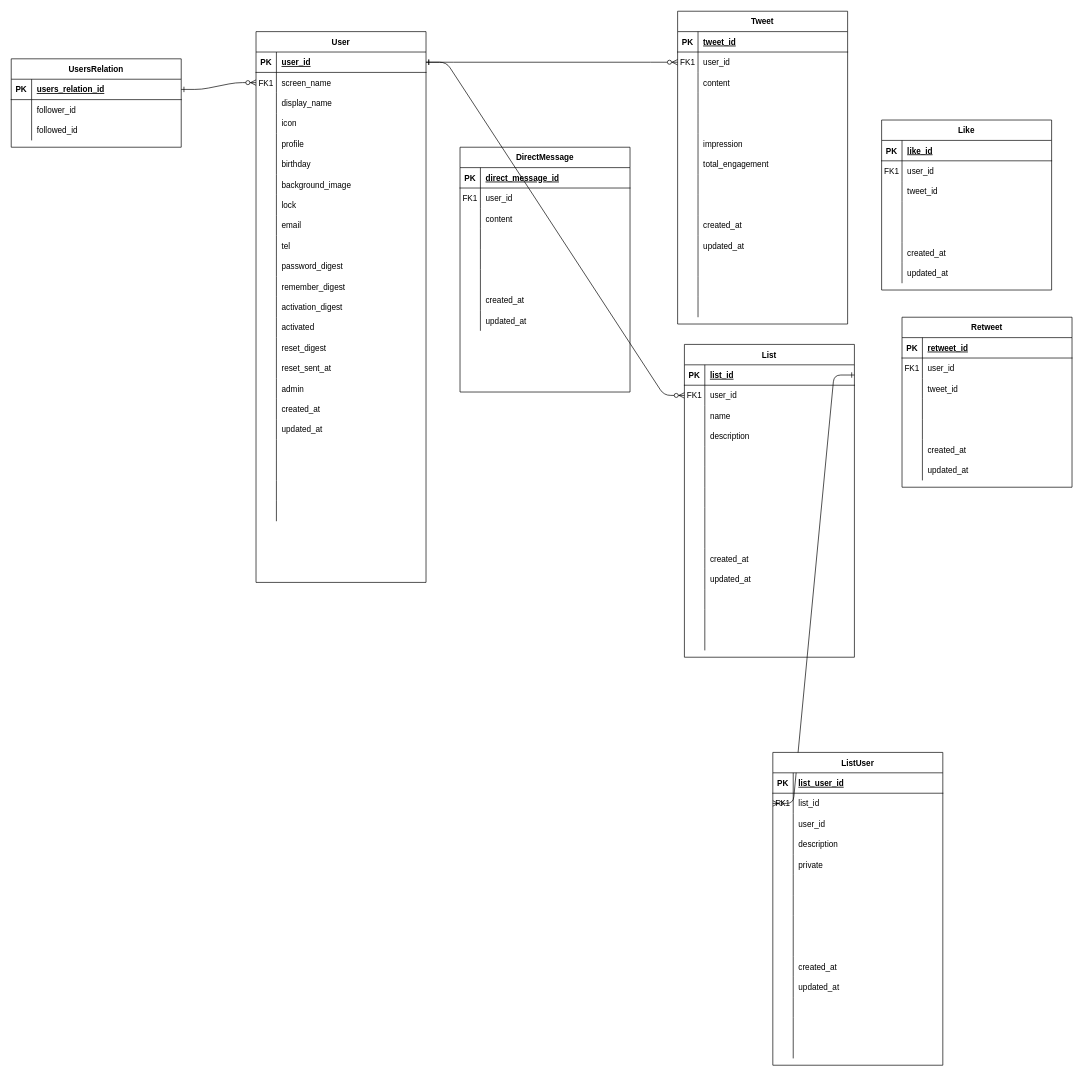
Earlier version of the draw.io diagram twitter.drawio (universato/boot). Source tidied: cells renumbered, new cells numbered last; positions are measured from the earlier drawing's top-left corner, leaving out a move shared by most shapes. Both pictures are drawn from the tidied source at 68%, with x=0, y=0 at pixel (11, 11).
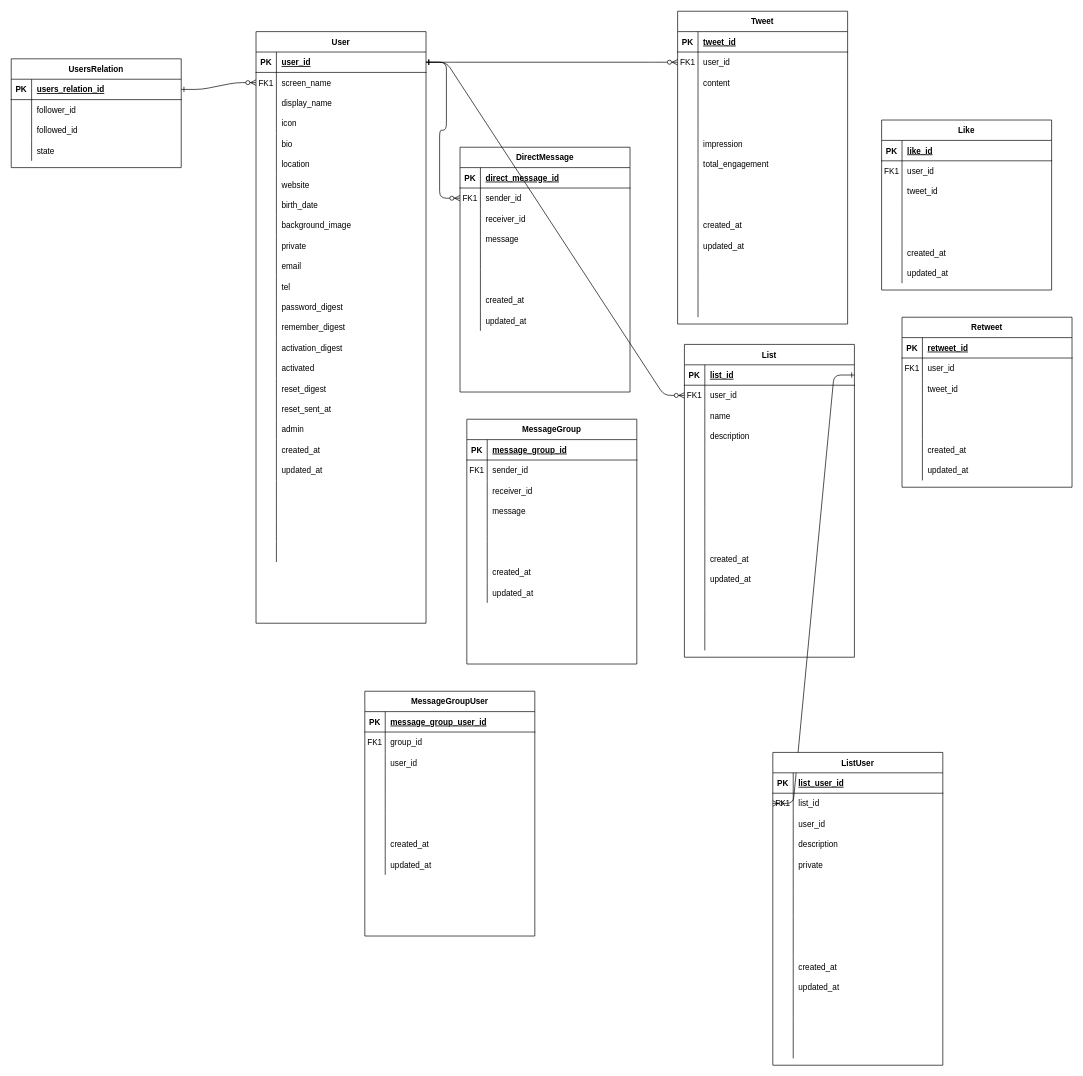
After the change.

Commit message (it also covers changes not shown here):
Update twitter.drawio about UserRelation

The change refers to these unchanged cells:
```xml
<mxCell id="5" style="shape=partialRectangle;fillColor=none;points=[[0,0.5],[1,0.5]];portConstraint=eastwest;top=0;left=0;right=0;bottom=1;" parent="4" vertex="1">
  <mxGeometry y="30" width="250" height="30" as="geometry" />
</mxCell>
<mxCell id="17" style="shape=partialRectangle;fillColor=none;top=0;left=0;right=0;bottom=0;" parent="4" vertex="1">
  <mxGeometry y="150" width="250" height="30" as="geometry" />
</mxCell>
<mxCell id="131" style="shape=partialRectangle;fillColor=none;points=[[0,0.5],[1,0.5]];portConstraint=eastwest;top=0;left=0;right=0;bottom=0;" parent="127" vertex="1">
  <mxGeometry y="60" width="250" height="30" as="geometry" />
</mxCell>
<mxCell id="134" style="shape=partialRectangle;fillColor=none;top=0;left=0;right=0;bottom=0;" parent="127" vertex="1">
  <mxGeometry y="90" width="250" height="30" as="geometry" />
</mxCell>
<mxCell id="137" style="shape=partialRectangle;fillColor=none;top=0;left=0;right=0;bottom=0;" parent="127" vertex="1">
  <mxGeometry y="120" width="250" height="30" as="geometry" />
</mxCell>
```

Change to the diagram source:
```diff
@@
     <mxCell id="4" value="User" style="shape=table;startSize=30;childLayout=tableLayout;rowLines=0;fontStyle=1;align=center;" parent="1" vertex="1">
-      <mxGeometry x="360" y="30" width="250" height="810" as="geometry" />
+      <mxGeometry x="360" y="30" width="250" height="870" as="geometry" />
     </mxCell>
@@
-    <mxCell id="19" value="profile" style="shape=partialRectangle;overflow=hidden;fillColor=none;top=0;left=0;bottom=0;right=0;align=left;spacingLeft=6;" parent="17" vertex="1">
+    <mxCell id="19" value="bio" style="shape=partialRectangle;overflow=hidden;fillColor=none;top=0;left=0;bottom=0;right=0;align=left;spacingLeft=6;" parent="17" vertex="1">
       <mxGeometry x="30" width="220" height="30" as="geometry" />
     </mxCell>
+    <mxCell id="284" style="shape=partialRectangle;fillColor=none;top=0;left=0;right=0;bottom=0;" parent="4" vertex="1">
+      <mxGeometry y="180" width="250" height="30" as="geometry" />
+    </mxCell>
+    <mxCell id="285" style="shape=partialRectangle;overflow=hidden;fillColor=none;top=0;left=0;bottom=0;right=0;" parent="284" vertex="1">
+      <mxGeometry width="30" height="30" as="geometry" />
+    </mxCell>
+    <mxCell id="286" value="location" style="shape=partialRectangle;overflow=hidden;fillColor=none;top=0;left=0;bottom=0;right=0;align=left;spacingLeft=6;" parent="284" vertex="1">
+      <mxGeometry x="30" width="220" height="30" as="geometry" />
+    </mxCell>
+    <mxCell id="287" style="shape=partialRectangle;fillColor=none;top=0;left=0;right=0;bottom=0;" parent="4" vertex="1">
+      <mxGeometry y="210" width="250" height="30" as="geometry" />
+    </mxCell>
+    <mxCell id="288" style="shape=partialRectangle;overflow=hidden;fillColor=none;top=0;left=0;bottom=0;right=0;" parent="287" vertex="1">
+      <mxGeometry width="30" height="30" as="geometry" />
+    </mxCell>
+    <mxCell id="289" value="website" style="shape=partialRectangle;overflow=hidden;fillColor=none;top=0;left=0;bottom=0;right=0;align=left;spacingLeft=6;" parent="287" vertex="1">
+      <mxGeometry x="30" width="220" height="30" as="geometry" />
+    </mxCell>
     <mxCell id="20" style="shape=partialRectangle;fillColor=none;top=0;left=0;right=0;bottom=0;" parent="4" vertex="1">
-      <mxGeometry y="180" width="250" height="30" as="geometry" />
+      <mxGeometry y="240" width="250" height="30" as="geometry" />
     </mxCell>
@@
-    <mxCell id="22" value="birthday" style="shape=partialRectangle;overflow=hidden;fillColor=none;top=0;left=0;bottom=0;right=0;align=left;spacingLeft=6;" parent="20" vertex="1">
+    <mxCell id="22" value="birth_date" style="shape=partialRectangle;overflow=hidden;fillColor=none;top=0;left=0;bottom=0;right=0;align=left;spacingLeft=6;" parent="20" vertex="1">
       <mxGeometry x="30" width="220" height="30" as="geometry" />
     </mxCell>
     <mxCell id="23" style="shape=partialRectangle;fillColor=none;top=0;left=0;right=0;bottom=0;" parent="4" vertex="1">
-      <mxGeometry y="210" width="250" height="30" as="geometry" />
+      <mxGeometry y="270" width="250" height="30" as="geometry" />
     </mxCell>
@@
     <mxCell id="26" style="shape=partialRectangle;fillColor=none;top=0;left=0;right=0;bottom=0;" parent="4" vertex="1">
-      <mxGeometry y="240" width="250" height="30" as="geometry" />
+      <mxGeometry y="300" width="250" height="30" as="geometry" />
     </mxCell>
@@
-    <mxCell id="28" value="lock" style="shape=partialRectangle;overflow=hidden;fillColor=none;top=0;left=0;bottom=0;right=0;align=left;spacingLeft=6;" parent="26" vertex="1">
+    <mxCell id="28" value="private" style="shape=partialRectangle;overflow=hidden;fillColor=none;top=0;left=0;bottom=0;right=0;align=left;spacingLeft=6;" parent="26" vertex="1">
       <mxGeometry x="30" width="220" height="30" as="geometry" />
     </mxCell>
     <mxCell id="29" style="shape=partialRectangle;fillColor=none;top=0;left=0;right=0;bottom=0;" parent="4" vertex="1">
-      <mxGeometry y="270" width="250" height="30" as="geometry" />
+      <mxGeometry y="330" width="250" height="30" as="geometry" />
     </mxCell>
@@
     <mxCell id="32" style="shape=partialRectangle;fillColor=none;top=0;left=0;right=0;bottom=0;" parent="4" vertex="1">
-      <mxGeometry y="300" width="250" height="30" as="geometry" />
+      <mxGeometry y="360" width="250" height="30" as="geometry" />
     </mxCell>
@@
     <mxCell id="35" style="shape=partialRectangle;fillColor=none;top=0;left=0;right=0;bottom=0;" parent="4" vertex="1">
-      <mxGeometry y="330" width="250" height="30" as="geometry" />
+      <mxGeometry y="390" width="250" height="30" as="geometry" />
     </mxCell>
@@
     <mxCell id="38" style="shape=partialRectangle;fillColor=none;top=0;left=0;right=0;bottom=0;" parent="4" vertex="1">
-      <mxGeometry y="360" width="250" height="30" as="geometry" />
+      <mxGeometry y="420" width="250" height="30" as="geometry" />
     </mxCell>
@@
     <mxCell id="41" style="shape=partialRectangle;fillColor=none;top=0;left=0;right=0;bottom=0;" parent="4" vertex="1">
-      <mxGeometry y="390" width="250" height="30" as="geometry" />
+      <mxGeometry y="450" width="250" height="30" as="geometry" />
     </mxCell>
@@
     <mxCell id="44" style="shape=partialRectangle;fillColor=none;top=0;left=0;right=0;bottom=0;" parent="4" vertex="1">
-      <mxGeometry y="420" width="250" height="30" as="geometry" />
+      <mxGeometry y="480" width="250" height="30" as="geometry" />
     </mxCell>
@@
     <mxCell id="47" style="shape=partialRectangle;fillColor=none;top=0;left=0;right=0;bottom=0;" parent="4" vertex="1">
-      <mxGeometry y="450" width="250" height="30" as="geometry" />
+      <mxGeometry y="510" width="250" height="30" as="geometry" />
     </mxCell>
@@
     <mxCell id="50" style="shape=partialRectangle;fillColor=none;top=0;left=0;right=0;bottom=0;" parent="4" vertex="1">
-      <mxGeometry y="480" width="250" height="30" as="geometry" />
+      <mxGeometry y="540" width="250" height="30" as="geometry" />
     </mxCell>
@@
     <mxCell id="53" style="shape=partialRectangle;fillColor=none;top=0;left=0;right=0;bottom=0;" parent="4" vertex="1">
-      <mxGeometry y="510" width="250" height="30" as="geometry" />
+      <mxGeometry y="570" width="250" height="30" as="geometry" />
     </mxCell>
@@
     <mxCell id="56" style="shape=partialRectangle;fillColor=none;top=0;left=0;right=0;bottom=0;" parent="4" vertex="1">
-      <mxGeometry y="540" width="250" height="30" as="geometry" />
+      <mxGeometry y="600" width="250" height="30" as="geometry" />
     </mxCell>
@@
     <mxCell id="59" style="shape=partialRectangle;fillColor=none;top=0;left=0;right=0;bottom=0;" parent="4" vertex="1">
-      <mxGeometry y="570" width="250" height="30" as="geometry" />
+      <mxGeometry y="630" width="250" height="30" as="geometry" />
     </mxCell>
@@
     <mxCell id="62" style="shape=partialRectangle;fillColor=none;top=0;left=0;right=0;bottom=0;" parent="4" vertex="1">
-      <mxGeometry y="600" width="250" height="30" as="geometry" />
+      <mxGeometry y="660" width="250" height="30" as="geometry" />
     </mxCell>
@@
     <mxCell id="65" style="shape=partialRectangle;fillColor=none;top=0;left=0;right=0;bottom=0;" parent="4" vertex="1">
-      <mxGeometry y="630" width="250" height="30" as="geometry" />
+      <mxGeometry y="690" width="250" height="30" as="geometry" />
     </mxCell>
@@
     <mxCell id="68" style="shape=partialRectangle;fillColor=none;top=0;left=0;right=0;bottom=0;" parent="4" vertex="1">
-      <mxGeometry y="660" width="250" height="30" as="geometry" />
+      <mxGeometry y="720" width="250" height="30" as="geometry" />
     </mxCell>
@@
     <mxCell id="71" style="shape=partialRectangle;fillColor=none;top=0;left=0;right=0;bottom=0;" parent="4" vertex="1">
-      <mxGeometry y="690" width="250" height="30" as="geometry" />
+      <mxGeometry y="750" width="250" height="30" as="geometry" />
     </mxCell>
@@
     <mxCell id="74" value="UsersRelation" style="shape=table;startSize=30;childLayout=tableLayout;rowLines=0;fontStyle=1;align=center;" parent="1" vertex="1">
-      <mxGeometry y="70" width="250" height="130" as="geometry" />
+      <mxGeometry y="70" width="250" height="160" as="geometry" />
     </mxCell>
@@
+    <mxCell id="290" style="shape=partialRectangle;fillColor=none;top=0;left=0;right=0;bottom=0;" parent="74" vertex="1">
+      <mxGeometry y="120" width="250" height="30" as="geometry" />
+    </mxCell>
+    <mxCell id="291" style="shape=partialRectangle;overflow=hidden;fillColor=none;top=0;left=0;bottom=0;right=0;" parent="290" vertex="1">
+      <mxGeometry width="30" height="30" as="geometry" />
+    </mxCell>
+    <mxCell id="292" value="state" style="shape=partialRectangle;overflow=hidden;fillColor=none;top=0;left=0;bottom=0;right=0;align=left;spacingLeft=6;" parent="290" vertex="1">
+      <mxGeometry x="30" width="220" height="30" as="geometry" />
+    </mxCell>
@@
-    <mxCell id="133" value="user_id" style="shape=partialRectangle;overflow=hidden;fillColor=none;top=0;left=0;bottom=0;right=0;align=left;spacingLeft=6;" parent="131" vertex="1">
+    <mxCell id="133" value="sender_id" style="shape=partialRectangle;overflow=hidden;fillColor=none;top=0;left=0;bottom=0;right=0;align=left;spacingLeft=6;" parent="131" vertex="1">
       <mxGeometry x="30" width="220" height="30" as="geometry" />
     </mxCell>
@@
-    <mxCell id="136" value="content" style="shape=partialRectangle;overflow=hidden;fillColor=none;top=0;left=0;bottom=0;right=0;align=left;spacingLeft=6;" parent="134" vertex="1">
+    <mxCell id="136" value="receiver_id" style="shape=partialRectangle;overflow=hidden;fillColor=none;top=0;left=0;bottom=0;right=0;align=left;spacingLeft=6;" parent="134" vertex="1">
       <mxGeometry x="30" width="220" height="30" as="geometry" />
     </mxCell>
@@
-    <mxCell id="139" style="shape=partialRectangle;overflow=hidden;fillColor=none;top=0;left=0;bottom=0;right=0;align=left;spacingLeft=6;" parent="137" vertex="1">
+    <mxCell id="139" value="message" style="shape=partialRectangle;overflow=hidden;fillColor=none;top=0;left=0;bottom=0;right=0;align=left;spacingLeft=6;" parent="137" vertex="1">
       <mxGeometry x="30" width="220" height="30" as="geometry" />
     </mxCell>
@@
+    <mxCell id="293" value="MessageGroup" style="shape=table;startSize=30;childLayout=tableLayout;rowLines=0;fontStyle=1;align=center;" parent="1" vertex="1">
+      <mxGeometry x="670" y="600" width="250" height="360" as="geometry" />
+    </mxCell>
+    <mxCell id="294" style="shape=partialRectangle;fillColor=none;top=0;left=0;right=0;bottom=1;" parent="293" vertex="1">
+      <mxGeometry y="30" width="250" height="30" as="geometry" />
+    </mxCell>
+    <mxCell id="295" value="PK" style="shape=partialRectangle;overflow=hidden;fillColor=none;top=0;left=0;bottom=0;right=0;fontStyle=1;" parent="294" vertex="1">
+      <mxGeometry width="30" height="30" as="geometry" />
+    </mxCell>
+    <mxCell id="296" value="message_group_id" style="shape=partialRectangle;overflow=hidden;fillColor=none;top=0;left=0;bottom=0;right=0;align=left;spacingLeft=6;fontStyle=5;" parent="294" vertex="1">
+      <mxGeometry x="30" width="220" height="30" as="geometry" />
+    </mxCell>
+    <mxCell id="297" style="shape=partialRectangle;fillColor=none;top=0;left=0;right=0;bottom=0;" parent="293" vertex="1">
+      <mxGeometry y="60" width="250" height="30" as="geometry" />
+    </mxCell>
+    <mxCell id="298" value="FK1" style="shape=partialRectangle;overflow=hidden;fillColor=none;top=0;left=0;bottom=0;right=0;" parent="297" vertex="1">
+      <mxGeometry width="30" height="30" as="geometry" />
+    </mxCell>
+    <mxCell id="299" value="sender_id" style="shape=partialRectangle;overflow=hidden;fillColor=none;top=0;left=0;bottom=0;right=0;align=left;spacingLeft=6;" parent="297" vertex="1">
+      <mxGeometry x="30" width="220" height="30" as="geometry" />
+    </mxCell>
+    <mxCell id="300" style="shape=partialRectangle;fillColor=none;top=0;left=0;right=0;bottom=0;" parent="293" vertex="1">
+      <mxGeometry y="90" width="250" height="30" as="geometry" />
+    </mxCell>
+    <mxCell id="301" style="shape=partialRectangle;overflow=hidden;fillColor=none;top=0;left=0;bottom=0;right=0;" parent="300" vertex="1">
+      <mxGeometry width="30" height="30" as="geometry" />
+    </mxCell>
+    <mxCell id="302" value="receiver_id" style="shape=partialRectangle;overflow=hidden;fillColor=none;top=0;left=0;bottom=0;right=0;align=left;spacingLeft=6;" parent="300" vertex="1">
+      <mxGeometry x="30" width="220" height="30" as="geometry" />
+    </mxCell>
+    <mxCell id="303" style="shape=partialRectangle;fillColor=none;top=0;left=0;right=0;bottom=0;" parent="293" vertex="1">
+      <mxGeometry y="120" width="250" height="30" as="geometry" />
+    </mxCell>
+    <mxCell id="304" style="shape=partialRectangle;overflow=hidden;fillColor=none;top=0;left=0;bottom=0;right=0;" parent="303" vertex="1">
+      <mxGeometry width="30" height="30" as="geometry" />
+    </mxCell>
+    <mxCell id="305" value="message" style="shape=partialRectangle;overflow=hidden;fillColor=none;top=0;left=0;bottom=0;right=0;align=left;spacingLeft=6;" parent="303" vertex="1">
+      <mxGeometry x="30" width="220" height="30" as="geometry" />
+    </mxCell>
+    <mxCell id="306" style="shape=partialRectangle;fillColor=none;top=0;left=0;right=0;bottom=0;" parent="293" vertex="1">
+      <mxGeometry y="150" width="250" height="30" as="geometry" />
+    </mxCell>
+    <mxCell id="307" style="shape=partialRectangle;overflow=hidden;fillColor=none;top=0;left=0;bottom=0;right=0;" parent="306" vertex="1">
+      <mxGeometry width="30" height="30" as="geometry" />
+    </mxCell>
+    <mxCell id="308" style="shape=partialRectangle;overflow=hidden;fillColor=none;top=0;left=0;bottom=0;right=0;align=left;spacingLeft=6;" parent="306" vertex="1">
+      <mxGeometry x="30" width="220" height="30" as="geometry" />
+    </mxCell>
+    <mxCell id="309" style="shape=partialRectangle;fillColor=none;top=0;left=0;right=0;bottom=0;" parent="293" vertex="1">
+      <mxGeometry y="180" width="250" height="30" as="geometry" />
+    </mxCell>
+    <mxCell id="310" style="shape=partialRectangle;overflow=hidden;fillColor=none;top=0;left=0;bottom=0;right=0;" parent="309" vertex="1">
+      <mxGeometry width="30" height="30" as="geometry" />
+    </mxCell>
+    <mxCell id="311" style="shape=partialRectangle;overflow=hidden;fillColor=none;top=0;left=0;bottom=0;right=0;align=left;spacingLeft=6;" parent="309" vertex="1">
+      <mxGeometry x="30" width="220" height="30" as="geometry" />
+    </mxCell>
+    <mxCell id="312" style="shape=partialRectangle;fillColor=none;top=0;left=0;right=0;bottom=0;" parent="293" vertex="1">
+      <mxGeometry y="210" width="250" height="30" as="geometry" />
+    </mxCell>
+    <mxCell id="313" style="shape=partialRectangle;overflow=hidden;fillColor=none;top=0;left=0;bottom=0;right=0;" parent="312" vertex="1">
+      <mxGeometry width="30" height="30" as="geometry" />
+    </mxCell>
+    <mxCell id="314" value="created_at" style="shape=partialRectangle;overflow=hidden;fillColor=none;top=0;left=0;bottom=0;right=0;align=left;spacingLeft=6;" parent="312" vertex="1">
+      <mxGeometry x="30" width="220" height="30" as="geometry" />
+    </mxCell>
+    <mxCell id="315" style="shape=partialRectangle;fillColor=none;top=0;left=0;right=0;bottom=0;" parent="293" vertex="1">
+      <mxGeometry y="240" width="250" height="30" as="geometry" />
+    </mxCell>
+    <mxCell id="316" style="shape=partialRectangle;overflow=hidden;fillColor=none;top=0;left=0;bottom=0;right=0;" parent="315" vertex="1">
+      <mxGeometry width="30" height="30" as="geometry" />
+    </mxCell>
+    <mxCell id="317" value="updated_at" style="shape=partialRectangle;overflow=hidden;fillColor=none;top=0;left=0;bottom=0;right=0;align=left;spacingLeft=6;" parent="315" vertex="1">
+      <mxGeometry x="30" width="220" height="30" as="geometry" />
+    </mxCell>
@@
+    <mxCell id="318" style="edgeStyle=entityRelationEdgeStyle;endArrow=ERzeroToMany;startArrow=ERone;endFill=1;startFill=0;exitX=1;exitY=0.5;exitDx=0;exitDy=0;" parent="1" edge="1" source="5" target="131">
+      <mxGeometry relative="1" as="geometry" />
+    </mxCell>
+    <mxCell id="319" value="MessageGroupUser" style="shape=table;startSize=30;childLayout=tableLayout;rowLines=0;fontStyle=1;align=center;" parent="1" vertex="1">
+      <mxGeometry x="520" y="1000" width="250" height="360" as="geometry" />
+    </mxCell>
+    <mxCell id="320" style="shape=partialRectangle;fillColor=none;top=0;left=0;right=0;bottom=1;" parent="319" vertex="1">
+      <mxGeometry y="30" width="250" height="30" as="geometry" />
+    </mxCell>
+    <mxCell id="321" value="PK" style="shape=partialRectangle;overflow=hidden;fillColor=none;top=0;left=0;bottom=0;right=0;fontStyle=1;" parent="320" vertex="1">
+      <mxGeometry width="30" height="30" as="geometry" />
+    </mxCell>
+    <mxCell id="322" value="message_group_user_id" style="shape=partialRectangle;overflow=hidden;fillColor=none;top=0;left=0;bottom=0;right=0;align=left;spacingLeft=6;fontStyle=5;" parent="320" vertex="1">
+      <mxGeometry x="30" width="220" height="30" as="geometry" />
+    </mxCell>
+    <mxCell id="323" style="shape=partialRectangle;fillColor=none;top=0;left=0;right=0;bottom=0;" parent="319" vertex="1">
+      <mxGeometry y="60" width="250" height="30" as="geometry" />
+    </mxCell>
+    <mxCell id="324" value="FK1" style="shape=partialRectangle;overflow=hidden;fillColor=none;top=0;left=0;bottom=0;right=0;" parent="323" vertex="1">
+      <mxGeometry width="30" height="30" as="geometry" />
+    </mxCell>
+    <mxCell id="325" value="group_id" style="shape=partialRectangle;overflow=hidden;fillColor=none;top=0;left=0;bottom=0;right=0;align=left;spacingLeft=6;" parent="323" vertex="1">
+      <mxGeometry x="30" width="220" height="30" as="geometry" />
+    </mxCell>
+    <mxCell id="326" style="shape=partialRectangle;fillColor=none;top=0;left=0;right=0;bottom=0;" parent="319" vertex="1">
+      <mxGeometry y="90" width="250" height="30" as="geometry" />
+    </mxCell>
+    <mxCell id="327" style="shape=partialRectangle;overflow=hidden;fillColor=none;top=0;left=0;bottom=0;right=0;" parent="326" vertex="1">
+      <mxGeometry width="30" height="30" as="geometry" />
+    </mxCell>
+    <mxCell id="328" value="user_id" style="shape=partialRectangle;overflow=hidden;fillColor=none;top=0;left=0;bottom=0;right=0;align=left;spacingLeft=6;" parent="326" vertex="1">
+      <mxGeometry x="30" width="220" height="30" as="geometry" />
+    </mxCell>
+    <mxCell id="329" style="shape=partialRectangle;fillColor=none;top=0;left=0;right=0;bottom=0;" parent="319" vertex="1">
+      <mxGeometry y="120" width="250" height="30" as="geometry" />
+    </mxCell>
+    <mxCell id="330" style="shape=partialRectangle;overflow=hidden;fillColor=none;top=0;left=0;bottom=0;right=0;" parent="329" vertex="1">
+      <mxGeometry width="30" height="30" as="geometry" />
+    </mxCell>
+    <mxCell id="331" style="shape=partialRectangle;overflow=hidden;fillColor=none;top=0;left=0;bottom=0;right=0;align=left;spacingLeft=6;" parent="329" vertex="1">
+      <mxGeometry x="30" width="220" height="30" as="geometry" />
+    </mxCell>
+    <mxCell id="332" style="shape=partialRectangle;fillColor=none;top=0;left=0;right=0;bottom=0;" parent="319" vertex="1">
+      <mxGeometry y="150" width="250" height="30" as="geometry" />
+    </mxCell>
+    <mxCell id="333" style="shape=partialRectangle;overflow=hidden;fillColor=none;top=0;left=0;bottom=0;right=0;" parent="332" vertex="1">
+      <mxGeometry width="30" height="30" as="geometry" />
+    </mxCell>
+    <mxCell id="334" style="shape=partialRectangle;overflow=hidden;fillColor=none;top=0;left=0;bottom=0;right=0;align=left;spacingLeft=6;" parent="332" vertex="1">
+      <mxGeometry x="30" width="220" height="30" as="geometry" />
+    </mxCell>
+    <mxCell id="335" style="shape=partialRectangle;fillColor=none;top=0;left=0;right=0;bottom=0;" parent="319" vertex="1">
+      <mxGeometry y="180" width="250" height="30" as="geometry" />
+    </mxCell>
+    <mxCell id="336" style="shape=partialRectangle;overflow=hidden;fillColor=none;top=0;left=0;bottom=0;right=0;" parent="335" vertex="1">
+      <mxGeometry width="30" height="30" as="geometry" />
+    </mxCell>
+    <mxCell id="337" style="shape=partialRectangle;overflow=hidden;fillColor=none;top=0;left=0;bottom=0;right=0;align=left;spacingLeft=6;" parent="335" vertex="1">
+      <mxGeometry x="30" width="220" height="30" as="geometry" />
+    </mxCell>
+    <mxCell id="338" style="shape=partialRectangle;fillColor=none;top=0;left=0;right=0;bottom=0;" parent="319" vertex="1">
+      <mxGeometry y="210" width="250" height="30" as="geometry" />
+    </mxCell>
+    <mxCell id="339" style="shape=partialRectangle;overflow=hidden;fillColor=none;top=0;left=0;bottom=0;right=0;" parent="338" vertex="1">
+      <mxGeometry width="30" height="30" as="geometry" />
+    </mxCell>
+    <mxCell id="340" value="created_at" style="shape=partialRectangle;overflow=hidden;fillColor=none;top=0;left=0;bottom=0;right=0;align=left;spacingLeft=6;" parent="338" vertex="1">
+      <mxGeometry x="30" width="220" height="30" as="geometry" />
+    </mxCell>
+    <mxCell id="341" style="shape=partialRectangle;fillColor=none;top=0;left=0;right=0;bottom=0;" parent="319" vertex="1">
+      <mxGeometry y="240" width="250" height="30" as="geometry" />
+    </mxCell>
+    <mxCell id="342" style="shape=partialRectangle;overflow=hidden;fillColor=none;top=0;left=0;bottom=0;right=0;" parent="341" vertex="1">
+      <mxGeometry width="30" height="30" as="geometry" />
+    </mxCell>
+    <mxCell id="343" value="updated_at" style="shape=partialRectangle;overflow=hidden;fillColor=none;top=0;left=0;bottom=0;right=0;align=left;spacingLeft=6;" parent="341" vertex="1">
+      <mxGeometry x="30" width="220" height="30" as="geometry" />
+    </mxCell>
```
